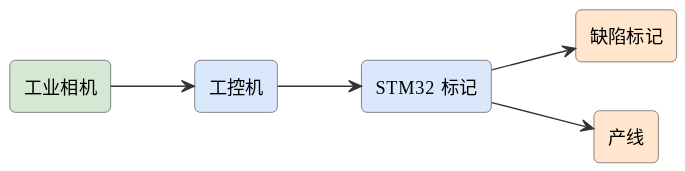
mingyi0818/IntelligentMcuCourse keeps this PlantUML diagram as assets/diagrams/ideas-fig76.svg. Above is the earlier version.
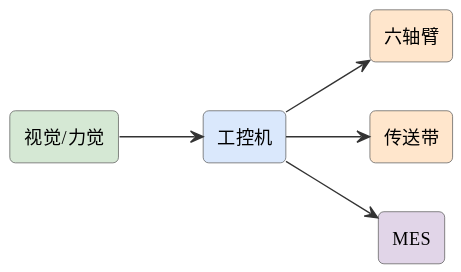
The same file after the commit.

Diff of the diagram source:
```diff
@@ -6,13 +6,13 @@
 skinparam arrowFontSize 11
 skinparam arrowColor #333
 left to right direction
-rectangle "工业相机" as cam #d5e8d4
+rectangle "视觉/力觉" as cam #d5e8d4
 rectangle "工控机" as pc #dae8fc
-rectangle "STM32 标记" as stm #dae8fc
-rectangle "缺陷标记" as mark #ffe6cc
-rectangle "产线" as line #ffe6cc
+rectangle "六轴臂" as arm #ffe6cc
+rectangle "传送带" as conv #ffe6cc
+rectangle "MES" as mes #e1d5e8
 cam --> pc
-pc --> stm
-stm --> mark
-stm --> line
+pc --> arm
+pc --> conv
+pc --> mes
 @enduml
```
